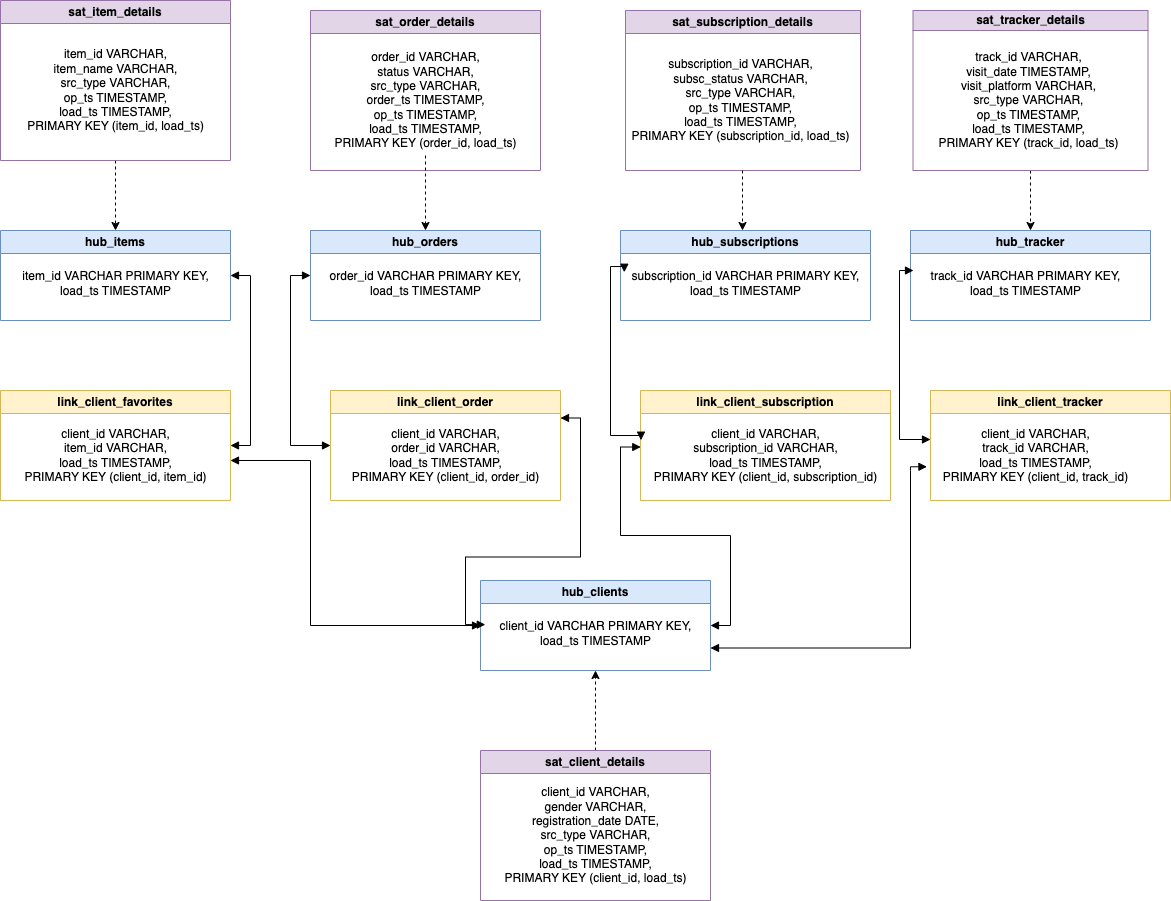
Before: dds/data_vault.drawio.png, a diagram exported from draw.io (DariaMinina/architecture_asobd). Source tidied: cells renumbered, new cells last; positions are measured from the earlier drawing's top-left corner, leaving out a move shared by most shapes.
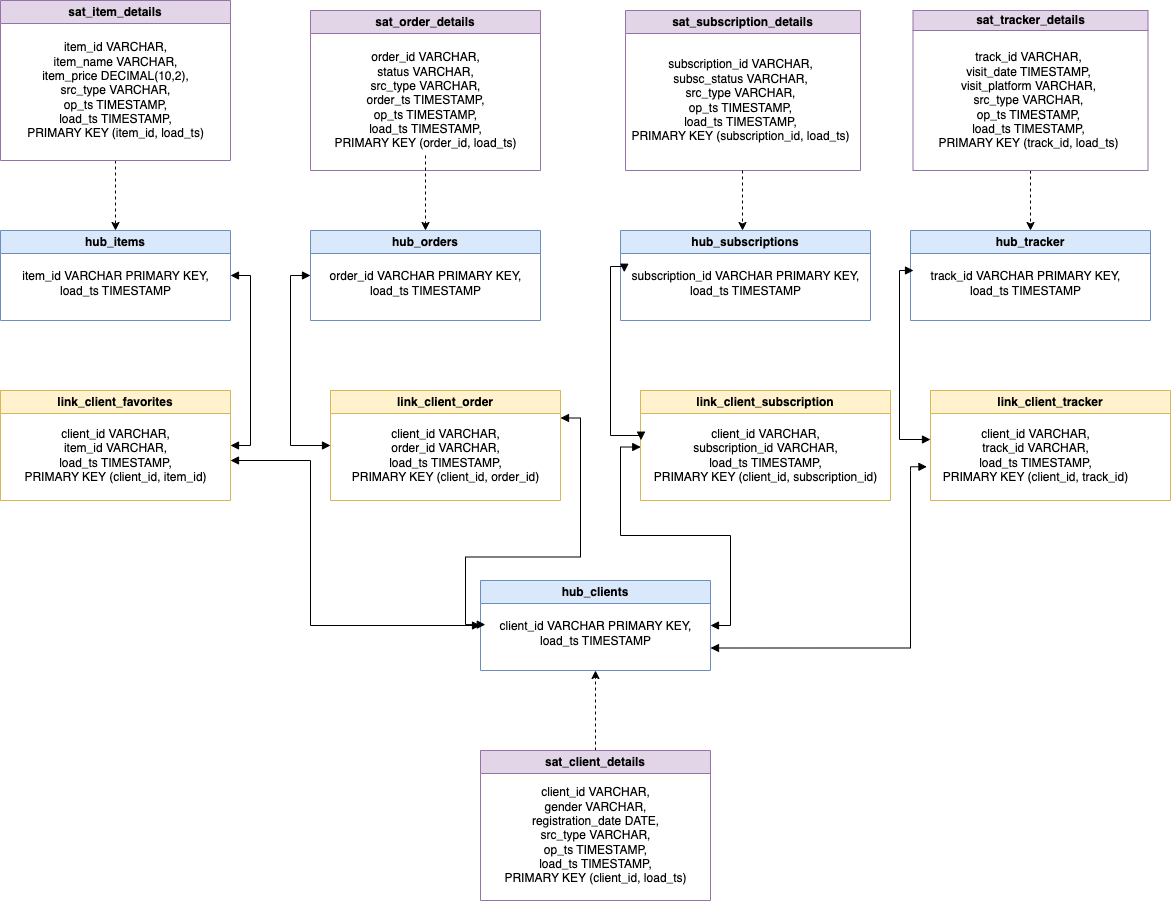
After the change.

Commit message:
added item_price

What changed in the source:
```diff
@@ -134,8 +134,8 @@
     <mxCell id="37" value="sat_item_details" style="swimlane;whiteSpace=wrap;html=1;fillColor=#e1d5e7;strokeColor=#9673a6;" parent="1" vertex="1">
       <mxGeometry width="230" height="160" as="geometry" />
     </mxCell>
-    <mxCell id="38" value="&lt;div&gt;item_id VARCHAR,&lt;/div&gt;&lt;div&gt;item_name VARCHAR,&lt;/div&gt;&lt;div&gt;src_type VARCHAR,&lt;/div&gt;&lt;div&gt;op_ts TIMESTAMP,&lt;/div&gt;&lt;div&gt;load_ts TIMESTAMP,&lt;/div&gt;&lt;div&gt;&lt;span style=&quot;background-color: initial;&quot;&gt;PRIMARY KEY (item_id, load_ts)&lt;/span&gt;&lt;/div&gt;" style="text;html=1;align=center;verticalAlign=middle;strokeColor=none;fillColor=none;" parent="37" vertex="1">
-      <mxGeometry x="15" y="40" width="200" height="100" as="geometry" />
+    <mxCell id="38" value="&lt;div&gt;item_id VARCHAR,&lt;/div&gt;&lt;div&gt;item_name VARCHAR,&lt;/div&gt;&lt;div&gt;item_price DECIMAL(10,2),&lt;/div&gt;&lt;div&gt;src_type VARCHAR,&lt;/div&gt;&lt;div&gt;op_ts TIMESTAMP,&lt;/div&gt;&lt;div&gt;load_ts TIMESTAMP,&lt;/div&gt;&lt;div&gt;&lt;span style=&quot;background-color: initial;&quot;&gt;PRIMARY KEY (item_id, load_ts)&lt;/span&gt;&lt;/div&gt;" style="text;html=1;align=center;verticalAlign=middle;strokeColor=none;fillColor=none;" parent="37" vertex="1">
+      <mxGeometry x="15" y="35" width="200" height="110" as="geometry" />
     </mxCell>
     <mxCell id="39" style="edgeStyle=orthogonalEdgeStyle;rounded=0;jettySize=auto;html=1;dashed=1;" parent="1" edge="1" source="34">
       <mxGeometry relative="1" as="geometry">
```
